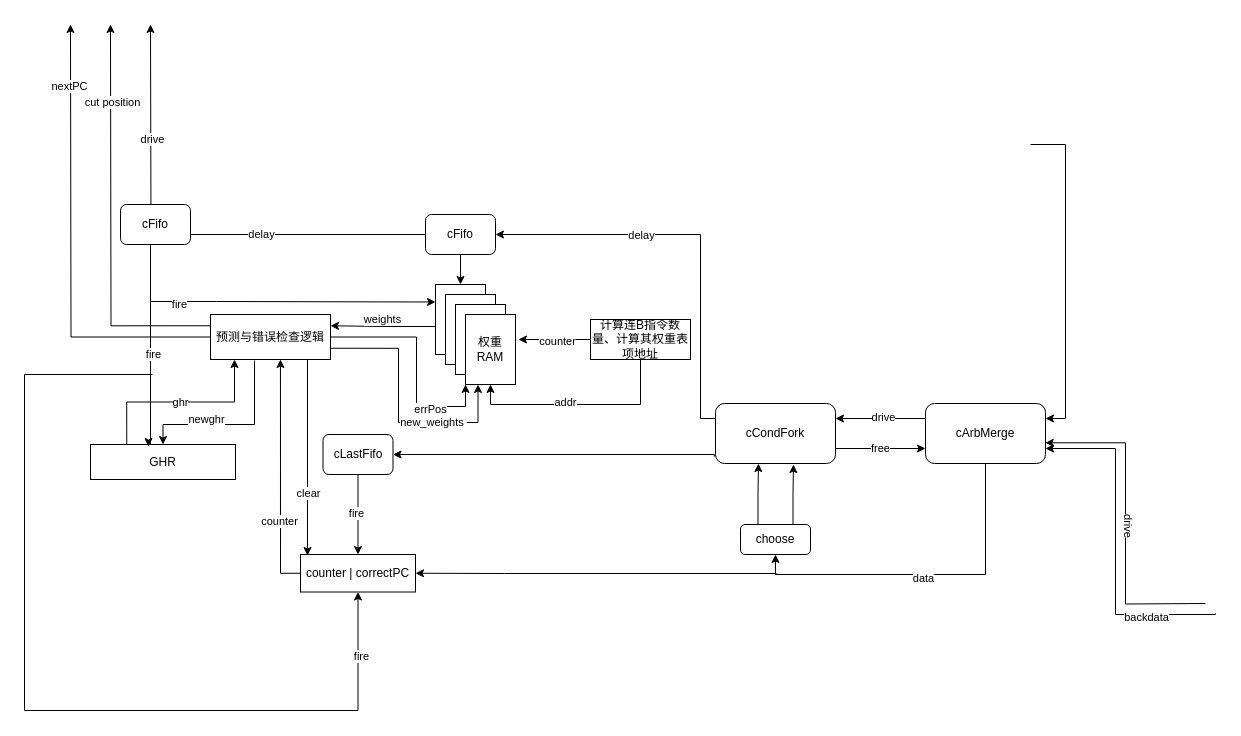
The draw.io diagram page "BProcess" (2 of 2) of asyncFrontendOverview.drawio in zhangxm99/LZUcomputer, before the edit. Source tidied: cells renumbered, new cells numbered last; positions are measured from the earlier drawing's top-left corner, leaving out a move shared by most shapes. Both pictures are drawn from the tidied source at 100%, with x=0, y=0 at pixel (24, 24).
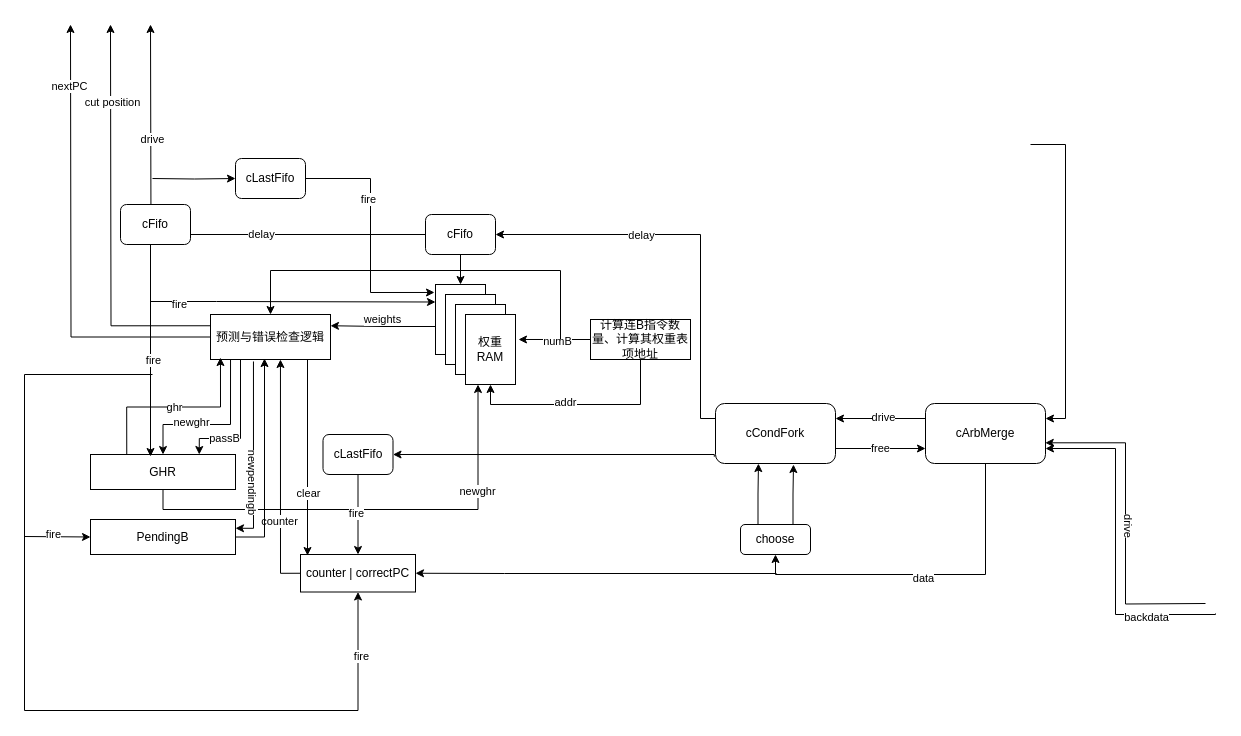
After the change.

Unchanged cells that the change refers to:
```xml
<mxCell id="33" style="rounded=0;whiteSpace=wrap;html=1;" parent="1" vertex="1">
  <mxGeometry x="411" y="260" width="50" height="70" as="geometry" />
</mxCell>
<mxCell id="36" value="权重RAM" style="rounded=0;whiteSpace=wrap;html=1;" parent="1" vertex="1">
  <mxGeometry x="441" y="290" width="50" height="70" as="geometry" />
</mxCell>
<mxCell id="37" style="edgeStyle=orthogonalEdgeStyle;rounded=0;jettySize=auto;html=1;exitX=0;exitY=0.5;exitDx=0;exitDy=0;entryX=1.06;entryY=0.357;entryDx=0;entryDy=0;entryPerimeter=0;" parent="1" edge="1" source="21" target="36">
  <mxGeometry relative="1" as="geometry" />
</mxCell>
<mxCell id="51" value="预测与错误检查逻辑" style="rounded=0;whiteSpace=wrap;html=1;" parent="1" vertex="1">
  <mxGeometry x="186" y="290" width="120" height="45" as="geometry" />
</mxCell>
<mxCell id="58" value="cFifo" style="rounded=1;whiteSpace=wrap;html=1;" parent="1" vertex="1">
  <mxGeometry x="96" y="180" width="70" height="40" as="geometry" />
</mxCell>
```

The edit, as a diff of the source:
```diff
@@
-    <mxCell id="38" value="counter" style="edgeLabel;html=1;align=center;verticalAlign=middle;" parent="37" vertex="1">
+    <mxCell id="38" value="numB" style="edgeLabel;html=1;align=center;verticalAlign=middle;" parent="37" vertex="1">
       <mxGeometry x="-0.08" y="2" relative="1" as="geometry" />
     </mxCell>
@@
-    <mxCell id="43" style="edgeStyle=orthogonalEdgeStyle;rounded=0;jettySize=auto;html=1;exitX=0.367;exitY=1.022;exitDx=0;exitDy=0;entryX=0.5;entryY=0;entryDx=0;entryDy=0;exitPerimeter=0;" parent="1" edge="1" source="51" target="52">
+    <mxCell id="43" style="edgeStyle=orthogonalEdgeStyle;rounded=0;jettySize=auto;html=1;exitX=0.167;exitY=0.978;exitDx=0;exitDy=0;entryX=0.5;entryY=0;entryDx=0;entryDy=0;exitPerimeter=0;" parent="1" edge="1" source="51" target="52">
       <mxGeometry relative="1" as="geometry">
         <Array as="points">
-          <mxPoint x="230" y="400" />
+          <mxPoint x="206" y="400" />
           <mxPoint x="139" y="400" />
         </Array>
       </mxGeometry>
     </mxCell>
     <mxCell id="44" value="newghr" style="edgeLabel;html=1;align=center;verticalAlign=middle;" parent="43" vertex="1">
       <mxGeometry x="-0.33" y="1" relative="1" as="geometry">
-        <mxPoint x="-50" as="offset" />
+        <mxPoint x="-41" y="8" as="offset" />
       </mxGeometry>
     </mxCell>
@@
-    <mxCell id="47" style="edgeStyle=orthogonalEdgeStyle;rounded=0;jettySize=auto;html=1;exitX=1;exitY=0.75;exitDx=0;exitDy=0;entryX=0.25;entryY=1;entryDx=0;entryDy=0;" parent="1" edge="1" source="51" target="36">
-      <mxGeometry relative="1" as="geometry">
-        <Array as="points">
-          <mxPoint x="374" y="324" />
-          <mxPoint x="374" y="398" />
-          <mxPoint x="454" y="398" />
-        </Array>
-      </mxGeometry>
-    </mxCell>
-    <mxCell id="48" value="new_weights&amp;nbsp;" style="edgeLabel;html=1;align=center;verticalAlign=middle;" parent="47" vertex="1">
-      <mxGeometry x="0.36" y="1" relative="1" as="geometry" />
-    </mxCell>
-    <mxCell id="49" style="edgeStyle=orthogonalEdgeStyle;rounded=0;jettySize=auto;html=1;exitX=1;exitY=0.5;exitDx=0;exitDy=0;entryX=0;entryY=1;entryDx=0;entryDy=0;" parent="1" edge="1" source="51" target="36">
-      <mxGeometry relative="1" as="geometry">
-        <Array as="points">
-          <mxPoint x="392" y="313" />
-          <mxPoint x="392" y="382" />
-          <mxPoint x="441" y="382" />
-        </Array>
-      </mxGeometry>
-    </mxCell>
-    <mxCell id="50" value="errPos" style="edgeLabel;html=1;align=center;verticalAlign=middle;" parent="49" vertex="1">
-      <mxGeometry x="0.49" y="-2" relative="1" as="geometry" />
-    </mxCell>
@@
+    <mxCell id="67" value="passB" style="edgeStyle=orthogonalEdgeStyle;rounded=0;jettySize=auto;html=1;exitX=0.25;exitY=1;exitDx=0;exitDy=0;entryX=0.75;entryY=0;entryDx=0;entryDy=0;" parent="1" edge="1" source="51" target="52">
+      <mxGeometry x="0.4" relative="1" as="geometry">
+        <Array as="points">
+          <mxPoint x="216" y="414" />
+          <mxPoint x="175" y="414" />
+        </Array>
+      </mxGeometry>
+    </mxCell>
+    <mxCell id="68" style="edgeStyle=orthogonalEdgeStyle;rounded=0;jettySize=auto;html=1;exitX=0.5;exitY=1;exitDx=0;exitDy=0;entryX=0.25;entryY=1;entryDx=0;entryDy=0;" parent="1" edge="1" source="52" target="36">
+      <mxGeometry relative="1" as="geometry" />
+    </mxCell>
+    <mxCell id="69" value="newghr" style="edgeLabel;html=1;align=center;verticalAlign=middle;" parent="68" vertex="1">
+      <mxGeometry x="0.54" y="2" relative="1" as="geometry">
+        <mxPoint x="1" as="offset" />
+      </mxGeometry>
+    </mxCell>
     <mxCell id="52" value="GHR" style="rounded=0;whiteSpace=wrap;html=1;" parent="1" vertex="1">
-      <mxGeometry x="66" y="420" width="145" height="35" as="geometry" />
+      <mxGeometry x="66" y="430" width="145" height="35" as="geometry" />
     </mxCell>
-    <mxCell id="53" value="ghr" style="edgeStyle=orthogonalEdgeStyle;rounded=0;jettySize=auto;html=1;exitX=0.25;exitY=0;exitDx=0;exitDy=0;entryX=0.2;entryY=1;entryDx=0;entryDy=0;entryPerimeter=0;" parent="1" edge="1" source="52" target="51">
+    <mxCell id="53" value="ghr" style="edgeStyle=orthogonalEdgeStyle;rounded=0;jettySize=auto;html=1;exitX=0.25;exitY=0;exitDx=0;exitDy=0;entryX=0.083;entryY=0.956;entryDx=0;entryDy=0;entryPerimeter=0;" parent="1" edge="1" source="52" target="51">
       <mxGeometry relative="1" as="geometry" />
     </mxCell>
@@
-    <mxCell id="59" style="edgeStyle=orthogonalEdgeStyle;rounded=0;jettySize=auto;html=1;exitX=0.25;exitY=1;exitDx=0;exitDy=0;entryX=0.4;entryY=0.057;entryDx=0;entryDy=0;entryPerimeter=0;" parent="1" edge="1" source="58" target="52">
+    <mxCell id="59" style="edgeStyle=orthogonalEdgeStyle;rounded=0;jettySize=auto;html=1;exitX=0.25;exitY=1;exitDx=0;exitDy=0;" parent="1" edge="1" source="58">
       <mxGeometry relative="1" as="geometry">
+        <mxPoint x="126" y="432" as="targetPoint" />
         <Array as="points">
           <mxPoint x="126" y="220" />
-          <mxPoint x="126" y="420" />
-          <mxPoint x="124" y="420" />
+          <mxPoint x="126" y="432" />
         </Array>
       </mxGeometry>
     </mxCell>
@@
+    <mxCell id="70" value="PendingB" style="rounded=0;whiteSpace=wrap;html=1;" parent="1" vertex="1">
+      <mxGeometry x="66" y="495" width="145" height="35" as="geometry" />
+    </mxCell>
+    <mxCell id="71" style="edgeStyle=orthogonalEdgeStyle;rounded=0;jettySize=auto;html=1;exitX=1;exitY=0.5;exitDx=0;exitDy=0;entryX=0.45;entryY=0.978;entryDx=0;entryDy=0;entryPerimeter=0;" parent="1" edge="1" source="70" target="51">
+      <mxGeometry relative="1" as="geometry" />
+    </mxCell>
+    <mxCell id="72" style="edgeStyle=orthogonalEdgeStyle;rounded=0;jettySize=auto;html=1;exitX=0.358;exitY=1.044;exitDx=0;exitDy=0;entryX=1;entryY=0.25;entryDx=0;entryDy=0;exitPerimeter=0;" parent="1" edge="1" source="51" target="70">
+      <mxGeometry relative="1" as="geometry">
+        <Array as="points">
+          <mxPoint x="229" y="504" />
+        </Array>
+      </mxGeometry>
+    </mxCell>
+    <mxCell id="73" value="newpendingb" style="edgeLabel;html=1;align=center;verticalAlign=middle;rotation=90;" parent="72" vertex="1">
+      <mxGeometry x="0.31" y="-1" relative="1" as="geometry" />
+    </mxCell>
+    <mxCell id="74" style="endArrow=classic;html=1;rounded=0;entryX=0;entryY=0.5;entryDx=0;entryDy=0;" parent="1" edge="1" target="70">
+      <mxGeometry relative="1" as="geometry">
+        <mxPoint y="512" as="sourcePoint" />
+      </mxGeometry>
+    </mxCell>
+    <mxCell id="75" value="fire" style="edgeLabel;html=1;align=center;verticalAlign=middle;" parent="74" vertex="1">
+      <mxGeometry x="-0.15" y="3" relative="1" as="geometry" />
+    </mxCell>
+    <mxCell id="76" style="edgeStyle=orthogonalEdgeStyle;rounded=0;jettySize=auto;html=1;entryX=0.5;entryY=0;entryDx=0;entryDy=0;" parent="1" edge="1" target="51">
+      <mxGeometry relative="1" as="geometry">
+        <mxPoint x="536" y="315" as="sourcePoint" />
+        <Array as="points">
+          <mxPoint x="536" y="246" />
+          <mxPoint x="246" y="246" />
+        </Array>
+      </mxGeometry>
+    </mxCell>
+    <mxCell id="77" style="edgeStyle=orthogonalEdgeStyle;rounded=0;jettySize=auto;html=1;exitX=0;exitY=0.5;exitDx=0;exitDy=0;entryX=0;entryY=0.5;entryDx=0;entryDy=0;" parent="1" edge="1" target="78">
+      <mxGeometry relative="1" as="geometry">
+        <mxPoint x="128" y="154" as="sourcePoint" />
+      </mxGeometry>
+    </mxCell>
+    <mxCell id="78" value="cLastFifo" style="rounded=1;whiteSpace=wrap;html=1;" parent="1" vertex="1">
+      <mxGeometry x="211" y="134" width="70" height="40" as="geometry" />
+    </mxCell>
+    <mxCell id="79" style="edgeStyle=orthogonalEdgeStyle;rounded=0;jettySize=auto;html=1;exitX=1;exitY=0.5;exitDx=0;exitDy=0;entryX=-0.02;entryY=0.114;entryDx=0;entryDy=0;entryPerimeter=0;" parent="1" edge="1" source="78" target="33">
+      <mxGeometry relative="1" as="geometry" />
+    </mxCell>
+    <mxCell id="80" value="fire" style="edgeLabel;html=1;align=center;verticalAlign=middle;" parent="79" vertex="1">
+      <mxGeometry x="-0.3" y="-3" relative="1" as="geometry" />
+    </mxCell>
```
